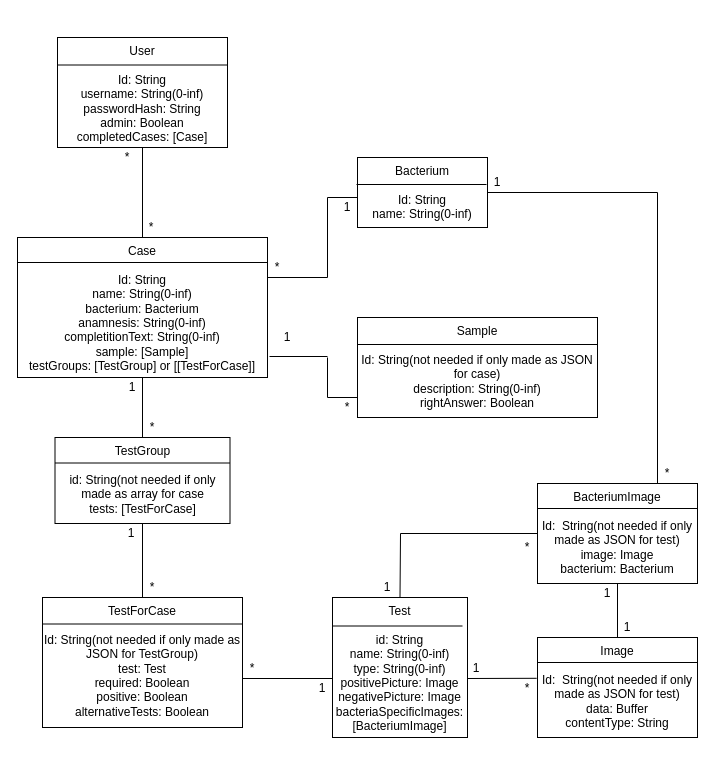
Ohtu-bakteerien-tunnistuspeli/Bakteerin-tunnistuspeli keeps this draw.io diagram as documentation/database.drawio. Above is the earlier version. Source tidied: cells renumbered, new cells numbered last; positions are measured from the earlier drawing's top-left corner, leaving out a move shared by most shapes. Both pictures are drawn from the tidied source at 100%, with x=0, y=0 at pixel (17, 37).
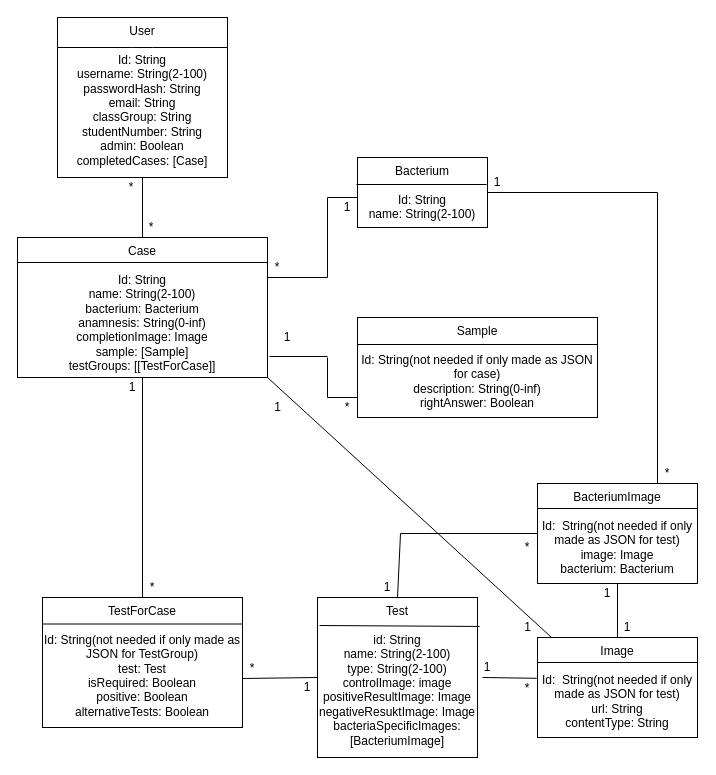
The same diagram, later.

The edit, as a diff of the source:
```diff
@@
-    <mxCell id="2" value="User&lt;br&gt;&lt;br&gt;Id: String&lt;br&gt;username: String(0-inf)&lt;br&gt;passwordHash: String&lt;br&gt;admin: Boolean&lt;br&gt;completedCases: [Case]" style="rounded=0;whiteSpace=wrap;html=1;verticalAlign=top;" parent="1" vertex="1">
-      <mxGeometry x="40" width="170" height="110" as="geometry" />
+    <mxCell id="2" value="User&lt;br&gt;&lt;br&gt;Id: String&lt;br&gt;username: String(2-100)&lt;br&gt;&lt;div&gt;passwordHash: String&lt;/div&gt;&lt;div&gt;email: String&lt;/div&gt;&lt;div&gt;classGroup: String&lt;/div&gt;&lt;div&gt;studentNumber: String&lt;br&gt;&lt;/div&gt;admin: Boolean&lt;br&gt;completedCases: [Case]" style="rounded=0;whiteSpace=wrap;html=1;verticalAlign=top;" parent="1" vertex="1">
+      <mxGeometry x="40" y="-20" width="170" height="160" as="geometry" />
     </mxCell>
-    <mxCell id="3" value="Bacterium&lt;br&gt;&lt;br&gt;Id: String&lt;br&gt;name: String(0-inf)" style="rounded=0;whiteSpace=wrap;html=1;verticalAlign=top;" parent="1" vertex="1">
+    <mxCell id="3" value="Bacterium&lt;br&gt;&lt;br&gt;Id: String&lt;br&gt;name: String(2-100)" style="rounded=0;whiteSpace=wrap;html=1;verticalAlign=top;" parent="1" vertex="1">
       <mxGeometry x="340" y="120" width="130" height="70" as="geometry" />
     </mxCell>
-    <mxCell id="4" value="Case&lt;br&gt;&lt;br&gt;Id: String&lt;br&gt;name: String(0-inf)&lt;br&gt;bacterium: Bacterium&lt;br&gt;anamnesis: String(0-inf)&lt;br&gt;completitionText: String(0-inf)&lt;br&gt;sample: [Sample]&lt;br&gt;testGroups: [TestGroup] or [[TestForCase]]" style="rounded=0;whiteSpace=wrap;html=1;verticalAlign=top;" parent="1" vertex="1">
+    <mxCell id="4" value="Case&lt;br&gt;&lt;br&gt;Id: String&lt;br&gt;name: String(2-100)&lt;br&gt;bacterium: Bacterium&lt;br&gt;anamnesis: String(0-inf)&lt;br&gt;completionImage: Image&lt;br&gt;sample: [Sample]&lt;br&gt;testGroups: [[TestForCase]]" style="rounded=0;whiteSpace=wrap;html=1;verticalAlign=top;" parent="1" vertex="1">
       <mxGeometry y="200" width="250" height="140" as="geometry" />
     </mxCell>
@@
-    <mxCell id="6" value="Test&lt;br&gt;&lt;br&gt;id: String&lt;br&gt;name: String(0-inf)&lt;br&gt;type: String(0-inf)&lt;br&gt;positivePicture: Image&lt;br&gt;negativePicture: Image&lt;br&gt;bacteriaSpecificImages: [BacteriumImage]" style="rounded=0;whiteSpace=wrap;html=1;verticalAlign=top;" parent="1" vertex="1">
-      <mxGeometry x="315" y="560" width="135" height="140" as="geometry" />
+    <mxCell id="6" value="Test&lt;br&gt;&lt;br&gt;id: String&lt;br&gt;name: String(2-100)&lt;br&gt;&lt;div&gt;type: String(2-100)&lt;/div&gt;&lt;div&gt;controlImage: image&lt;br&gt;&lt;/div&gt;positiveResultImage: Image&lt;br&gt;negativeResuktImage: Image&lt;br&gt;bacteriaSpecificImages: [BacteriumImage]" style="rounded=0;whiteSpace=wrap;html=1;verticalAlign=top;" parent="1" vertex="1">
+      <mxGeometry x="300" y="560" width="160" height="160" as="geometry" />
     </mxCell>
-    <mxCell id="7" value="TestForCase&lt;br&gt;&lt;br&gt;Id: String(not needed if only made as JSON for TestGroup)&lt;br&gt;test: Test&lt;br&gt;required: Boolean&lt;br&gt;positive: Boolean&lt;br&gt;alternativeTests: Boolean" style="rounded=0;whiteSpace=wrap;html=1;verticalAlign=top;" parent="1" vertex="1">
+    <mxCell id="7" value="TestForCase&lt;br&gt;&lt;br&gt;Id: String(not needed if only made as JSON for TestGroup)&lt;br&gt;test: Test&lt;br&gt;isRequired: Boolean&lt;br&gt;positive: Boolean&lt;br&gt;alternativeTests: Boolean" style="rounded=0;whiteSpace=wrap;html=1;verticalAlign=top;" parent="1" vertex="1">
       <mxGeometry x="25" y="560" width="200" height="130" as="geometry" />
     </mxCell>
-    <mxCell id="8" style="endArrow=none;html=1;exitX=0;exitY=0.25;exitDx=0;exitDy=0;entryX=1;entryY=0.25;entryDx=0;entryDy=0;" parent="1" edge="1" source="2" target="2">
-      <mxGeometry relative="1" as="geometry" />
+    <mxCell id="8" style="endArrow=none;html=1;" parent="1" edge="1">
+      <mxGeometry relative="1" as="geometry">
+        <mxPoint x="40" y="10" as="sourcePoint" />
+        <mxPoint x="210" y="10" as="targetPoint" />
+        <Array as="points">
+          <mxPoint x="125" y="10" />
+        </Array>
+      </mxGeometry>
     </mxCell>
@@
-    <mxCell id="13" style="endArrow=none;html=1;exitX=0;exitY=0.25;exitDx=0;exitDy=0;entryX=1;entryY=0.25;entryDx=0;entryDy=0;" parent="1" edge="1">
-      <mxGeometry relative="1" as="geometry">
-        <mxPoint x="315" y="588.5" as="sourcePoint" />
-        <mxPoint x="445" y="588.5" as="targetPoint" />
-      </mxGeometry>
+    <mxCell id="13" style="endArrow=none;html=1;exitX=0.013;exitY=0.175;exitDx=0;exitDy=0;entryX=1.013;entryY=0.181;entryDx=0;entryDy=0;entryPerimeter=0;exitPerimeter=0;" parent="1" edge="1" source="6" target="6">
+      <mxGeometry relative="1" as="geometry" />
     </mxCell>
@@
     <mxCell id="16" value="*" style="text;html=1;strokeColor=none;fillColor=none;align=center;verticalAlign=middle;whiteSpace=wrap;rounded=0;" parent="1" vertex="1">
-      <mxGeometry x="100" y="110" width="20" height="20" as="geometry" />
+      <mxGeometry x="104" y="140" width="20" height="20" as="geometry" />
     </mxCell>
@@
     <mxCell id="23" value="1" style="text;html=1;strokeColor=none;fillColor=none;align=center;verticalAlign=middle;whiteSpace=wrap;rounded=0;" parent="1" vertex="1">
-      <mxGeometry x="295" y="641" width="20" height="20" as="geometry" />
+      <mxGeometry x="280" y="640" width="20" height="20" as="geometry" />
     </mxCell>
@@
-    <mxCell id="31" value="TestGroup&lt;br&gt;&lt;br&gt;id: String(not needed if only made as array for case&lt;br&gt;tests: [TestForCase]" style="rounded=0;whiteSpace=wrap;html=1;verticalAlign=top;" parent="1" vertex="1">
-      <mxGeometry x="37.5" y="400" width="175" height="86" as="geometry" />
-    </mxCell>
-    <mxCell id="32" style="endArrow=none;html=1;exitX=0;exitY=0.25;exitDx=0;exitDy=0;entryX=1;entryY=0.25;entryDx=0;entryDy=0;" parent="1" edge="1">
-      <mxGeometry relative="1" as="geometry">
-        <mxPoint x="37.5" y="425.5" as="sourcePoint" />
-        <mxPoint x="212.5" y="425.5" as="targetPoint" />
-      </mxGeometry>
-    </mxCell>
-    <mxCell id="33" style="endArrow=none;html=1;exitX=0.5;exitY=1;exitDx=0;exitDy=0;entryX=0.5;entryY=0;entryDx=0;entryDy=0;" parent="1" edge="1" source="4" target="31">
-      <mxGeometry relative="1" as="geometry" />
+    <mxCell id="33" style="endArrow=none;html=1;exitX=0.5;exitY=1;exitDx=0;exitDy=0;" parent="1" edge="1" source="4">
+      <mxGeometry relative="1" as="geometry">
+        <mxPoint x="125" y="520" as="targetPoint" />
+      </mxGeometry>
     </mxCell>
-    <mxCell id="34" style="endArrow=none;html=1;exitX=0.5;exitY=0;exitDx=0;exitDy=0;entryX=0.5;entryY=1;entryDx=0;entryDy=0;" parent="1" edge="1" source="7" target="31">
-      <mxGeometry relative="1" as="geometry" />
+    <mxCell id="34" style="endArrow=none;html=1;exitX=0.5;exitY=0;exitDx=0;exitDy=0;entryX=0.5;entryY=1;entryDx=0;entryDy=0;" parent="1" edge="1" source="7">
+      <mxGeometry relative="1" as="geometry">
+        <mxPoint x="125" y="486" as="targetPoint" />
+      </mxGeometry>
     </mxCell>
-    <mxCell id="35" value="*" style="text;html=1;strokeColor=none;fillColor=none;align=center;verticalAlign=middle;whiteSpace=wrap;rounded=0;" parent="1" vertex="1">
-      <mxGeometry x="125" y="380" width="20" height="20" as="geometry" />
-    </mxCell>
@@
-    <mxCell id="37" value="1" style="text;html=1;strokeColor=none;fillColor=none;align=center;verticalAlign=middle;whiteSpace=wrap;rounded=0;" parent="1" vertex="1">
-      <mxGeometry x="104" y="486" width="20" height="20" as="geometry" />
-    </mxCell>
-    <mxCell id="38" value="Image&lt;br&gt;&lt;br&gt;Id:&amp;nbsp;&amp;nbsp;String(not needed if only made as JSON for test)&lt;br&gt;data: Buffer&lt;br&gt;contentType: String" style="rounded=0;whiteSpace=wrap;html=1;verticalAlign=top;" parent="1" vertex="1">
+    <mxCell id="38" value="Image&lt;br&gt;&lt;br&gt;Id:&amp;nbsp;&amp;nbsp;String(not needed if only made as JSON for test)&lt;br&gt;url: String&lt;br&gt;contentType: String" style="rounded=0;whiteSpace=wrap;html=1;verticalAlign=top;" parent="1" vertex="1">
       <mxGeometry x="520" y="600" width="160" height="100" as="geometry" />
     </mxCell>
@@
-    <mxCell id="40" style="endArrow=none;html=1;entryX=-0.006;entryY=0.611;entryDx=0;entryDy=0;entryPerimeter=0;" parent="1" edge="1">
+    <mxCell id="40" style="endArrow=none;html=1;entryX=-0.006;entryY=0.611;entryDx=0;entryDy=0;entryPerimeter=0;exitX=0.25;exitY=1;exitDx=0;exitDy=0;" parent="1" edge="1" source="41">
       <mxGeometry relative="1" as="geometry">
-        <mxPoint x="450" y="641" as="sourcePoint" />
         <mxPoint x="519.2" y="640.8" as="targetPoint" />
       </mxGeometry>
     </mxCell>
     <mxCell id="41" value="1" style="text;html=1;strokeColor=none;fillColor=none;align=center;verticalAlign=middle;whiteSpace=wrap;rounded=0;" parent="1" vertex="1">
-      <mxGeometry x="449" y="621" width="20" height="20" as="geometry" />
+      <mxGeometry x="460" y="620" width="20" height="20" as="geometry" />
     </mxCell>
@@
+    <mxCell id="56" style="endArrow=none;html=1;entryX=1;entryY=1;entryDx=0;entryDy=0;exitX=0.088;exitY=0;exitDx=0;exitDy=0;exitPerimeter=0;" parent="1" edge="1" source="38" target="4">
+      <mxGeometry relative="1" as="geometry" />
+    </mxCell>
+    <mxCell id="57" value="1" style="text;html=1;align=center;verticalAlign=middle;" parent="1" vertex="1">
+      <mxGeometry x="250" y="360" width="20" height="20" as="geometry" />
+    </mxCell>
+    <mxCell id="58" value="1" style="text;html=1;align=center;verticalAlign=middle;" parent="1" vertex="1">
+      <mxGeometry x="500" y="580" width="20" height="20" as="geometry" />
+    </mxCell>
```
